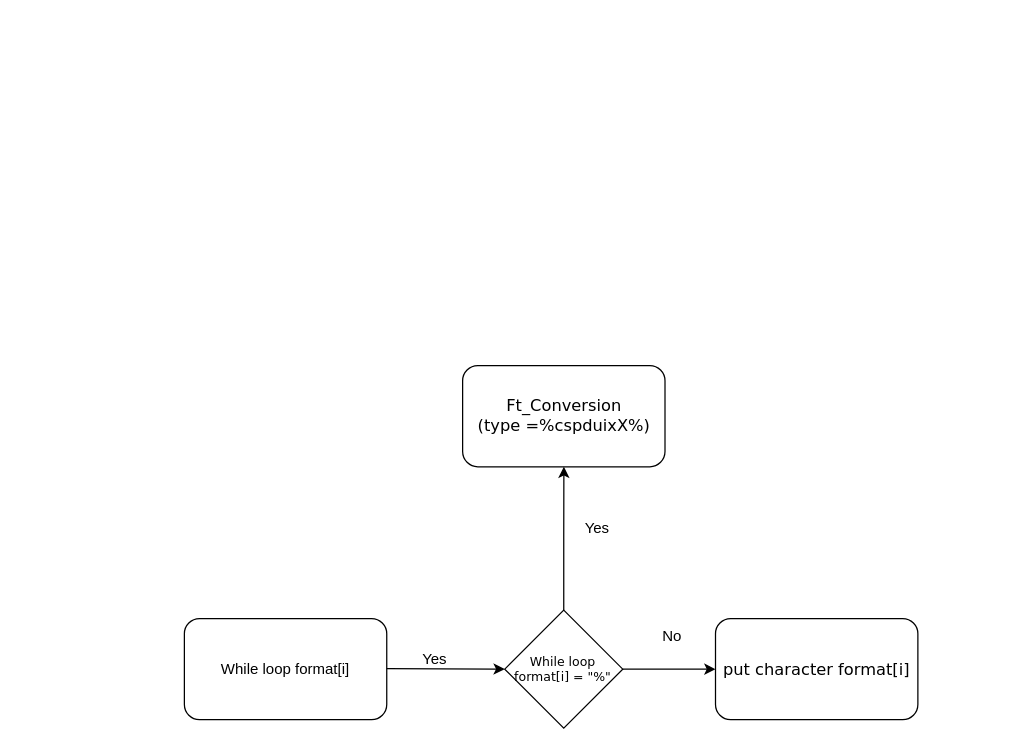
anhlh93/42Cursus-19Antwerp-hle keeps this draw.io diagram as Circle 01/ft_printf/Untitled Diagram.drawio. Above is the earlier version. Source tidied: cells renumbered, new cells numbered last; positions are measured from the earlier drawing's top-left corner, leaving out a move shared by most shapes. Both pictures are drawn from the tidied source at 125%, with x=0, y=0 at pixel (184, 365).
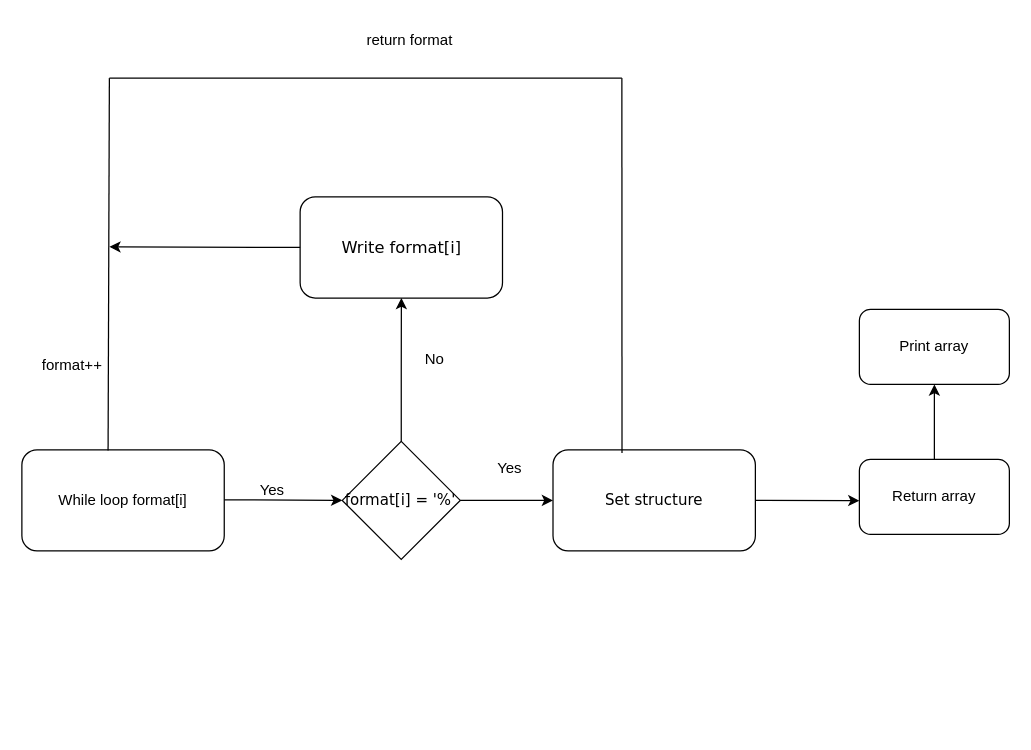
The same diagram, later.

Unchanged cells that the change refers to:
```xml
<mxCell id="3" style="group;" parent="2" vertex="1">
  <mxGeometry width="586.7" height="290" as="geometry" />
</mxCell>
<mxCell id="4" value="While loop format[i]" style="rounded=1;whiteSpace=wrap;html=1;" parent="3" vertex="1">
  <mxGeometry y="202.3" width="161.9" height="80.9" as="geometry" />
</mxCell>
```

The edit, as a diff of the source:
```diff
@@
+    <mxCell id="14" style="group;" parent="1" vertex="1">
+      <mxGeometry x="-130" y="-275" width="670" height="430" as="geometry" />
+    </mxCell>
-    <mxCell id="2" style="group;" parent="1" vertex="1">
-      <mxGeometry width="586.7" height="290" as="geometry" />
+    <mxCell id="2" style="group;" parent="14" vertex="1">
+      <mxGeometry y="140" width="586.7" height="290" as="geometry" />
     </mxCell>
@@
-    <mxCell id="5" value="&lt;font style=&quot;font-size: 10px;&quot;&gt;While loop format[i] = &quot;%&quot;&lt;font style=&quot;font-size: 10px;&quot;&gt;&lt;br&gt;&lt;/font&gt;&lt;/font&gt;" style="strokeWidth=1;html=1;shape=mxgraph.flowchart.decision;whiteSpace=wrap;rounded=1;shadow=0;labelBackgroundColor=none;fontFamily=Verdana;fontSize=8;align=center;" parent="3" vertex="1">
+    <mxCell id="5" value="&lt;font style=&quot;font-size: 12px;&quot;&gt;format[i] = '%'&lt;/font&gt;" style="strokeWidth=1;html=1;shape=mxgraph.flowchart.decision;whiteSpace=wrap;rounded=1;shadow=0;labelBackgroundColor=none;fontFamily=Verdana;fontSize=8;align=center;" parent="3" vertex="1">
       <mxGeometry x="256.3" y="195.6" width="94.4" height="94.4" as="geometry" />
     </mxCell>
-    <mxCell id="6" value="&lt;div style=&quot;font-size: 13px;&quot;&gt;&lt;font style=&quot;font-size: 13px;&quot;&gt;Ft_Conversion&lt;/font&gt;&lt;/div&gt;&lt;div style=&quot;font-size: 13px;&quot;&gt;&lt;font style=&quot;font-size: 13px;&quot;&gt;(type =%cspduixX%) &lt;br&gt;&lt;/font&gt;&lt;/div&gt;" style="rounded=1;whiteSpace=wrap;html=1;fontSize=8;fontFamily=Verdana;strokeWidth=1;shadow=0;labelBackgroundColor=none;" parent="3" vertex="1">
+    <mxCell id="6" value="&lt;div style=&quot;font-size: 13px;&quot;&gt;&lt;font style=&quot;font-size: 13px;&quot;&gt;Write format[i] &lt;br&gt;&lt;/font&gt;&lt;/div&gt;" style="rounded=1;whiteSpace=wrap;html=1;fontSize=8;fontFamily=Verdana;strokeWidth=1;shadow=0;labelBackgroundColor=none;" parent="3" vertex="1">
       <mxGeometry x="222.6" width="161.9" height="80.9" as="geometry" />
     </mxCell>
-    <mxCell id="7" value="&lt;font style=&quot;font-size: 13px;&quot;&gt;put character format[i]&lt;/font&gt;" style="rounded=1;whiteSpace=wrap;html=1;fontSize=8;fontFamily=Verdana;strokeWidth=1;shadow=0;labelBackgroundColor=none;" parent="3" vertex="1">
+    <mxCell id="7" value="&lt;font style=&quot;font-size: 12px;&quot;&gt;Set structure&lt;/font&gt;" style="rounded=1;whiteSpace=wrap;html=1;fontSize=8;fontFamily=Verdana;strokeWidth=1;shadow=0;labelBackgroundColor=none;" parent="3" vertex="1">
       <mxGeometry x="424.9" y="202.3" width="161.9" height="80.9" as="geometry" />
     </mxCell>
@@
-    <mxCell id="11" value="No" style="text;html=1;align=center;verticalAlign=middle;strokeColor=none;fillColor=none;" parent="3" vertex="1">
+    <mxCell id="11" value="Yes" style="text;html=1;align=center;verticalAlign=middle;strokeColor=none;fillColor=none;" parent="3" vertex="1">
       <mxGeometry x="370" y="202.3" width="40" height="30" as="geometry" />
     </mxCell>
-    <mxCell id="12" value="&lt;div&gt;Yes&lt;/div&gt;" style="text;html=1;align=center;verticalAlign=middle;strokeColor=none;fillColor=none;" parent="2" vertex="1">
+    <mxCell id="12" value="No" style="text;html=1;align=center;verticalAlign=middle;strokeColor=none;fillColor=none;" parent="2" vertex="1">
       <mxGeometry x="310" y="115" width="40" height="30" as="geometry" />
     </mxCell>
-    <mxCell id="13" value="Yes" style="text;html=1;align=center;verticalAlign=middle;strokeColor=none;fillColor=none;" parent="1" vertex="1">
-      <mxGeometry x="180" y="220" width="40" height="30" as="geometry" />
+    <mxCell id="13" value="Yes" style="text;html=1;align=center;verticalAlign=middle;strokeColor=none;fillColor=none;" parent="14" vertex="1">
+      <mxGeometry x="180" y="360" width="40" height="30" as="geometry" />
     </mxCell>
+    <mxCell id="15" style="endArrow=none;html=1;rounded=0;exitX=0.426;exitY=0.008;exitDx=0;exitDy=0;exitPerimeter=0;" parent="14" edge="1" source="4">
+      <mxGeometry relative="1" as="geometry">
+        <mxPoint x="70" y="45" as="targetPoint" />
+      </mxGeometry>
+    </mxCell>
+    <mxCell id="16" style="endArrow=none;html=1;rounded=0;exitX=0.341;exitY=0.033;exitDx=0;exitDy=0;exitPerimeter=0;" parent="14" edge="1" source="7">
+      <mxGeometry relative="1" as="geometry">
+        <mxPoint x="480" y="45" as="targetPoint" />
+      </mxGeometry>
+    </mxCell>
+    <mxCell id="17" style="endArrow=none;html=1;rounded=0;" parent="14" edge="1">
+      <mxGeometry relative="1" as="geometry">
+        <mxPoint x="480" y="45" as="sourcePoint" />
+        <mxPoint x="70" y="45" as="targetPoint" />
+      </mxGeometry>
+    </mxCell>
+    <mxCell id="18" value="return format" style="text;html=1;align=center;verticalAlign=middle;strokeColor=none;fillColor=none;" parent="14" vertex="1">
+      <mxGeometry x="265" width="90" height="30" as="geometry" />
+    </mxCell>
+    <mxCell id="19" style="endArrow=classic;html=1;rounded=0;exitX=0;exitY=0.5;exitDx=0;exitDy=0;" parent="14" edge="1" source="6">
+      <mxGeometry relative="1" as="geometry">
+        <mxPoint x="70" y="180" as="targetPoint" />
+      </mxGeometry>
+    </mxCell>
+    <mxCell id="20" value="format++" style="text;html=1;align=center;verticalAlign=middle;strokeColor=none;fillColor=none;" parent="14" vertex="1">
+      <mxGeometry x="5" y="260" width="70" height="30" as="geometry" />
+    </mxCell>
+    <mxCell id="21" style="endArrow=classic;html=1;rounded=0;exitX=1;exitY=0.5;exitDx=0;exitDy=0;" parent="14" edge="1" source="7">
+      <mxGeometry relative="1" as="geometry">
+        <mxPoint x="670" y="383" as="targetPoint" />
+      </mxGeometry>
+    </mxCell>
+    <mxCell id="22" value="&lt;div&gt;Return array&lt;/div&gt;" style="rounded=1;whiteSpace=wrap;html=1;" parent="1" vertex="1">
+      <mxGeometry x="540" y="75" width="120" height="60" as="geometry" />
+    </mxCell>
+    <mxCell id="23" style="endArrow=classic;html=1;rounded=0;exitX=0.5;exitY=0;exitDx=0;exitDy=0;" parent="1" edge="1" source="22">
+      <mxGeometry relative="1" as="geometry">
+        <mxPoint x="600" y="15" as="targetPoint" />
+      </mxGeometry>
+    </mxCell>
+    <mxCell id="24" value="Print array" style="rounded=1;whiteSpace=wrap;html=1;" parent="1" vertex="1">
+      <mxGeometry x="540" y="-45" width="120" height="60" as="geometry" />
+    </mxCell>
```
